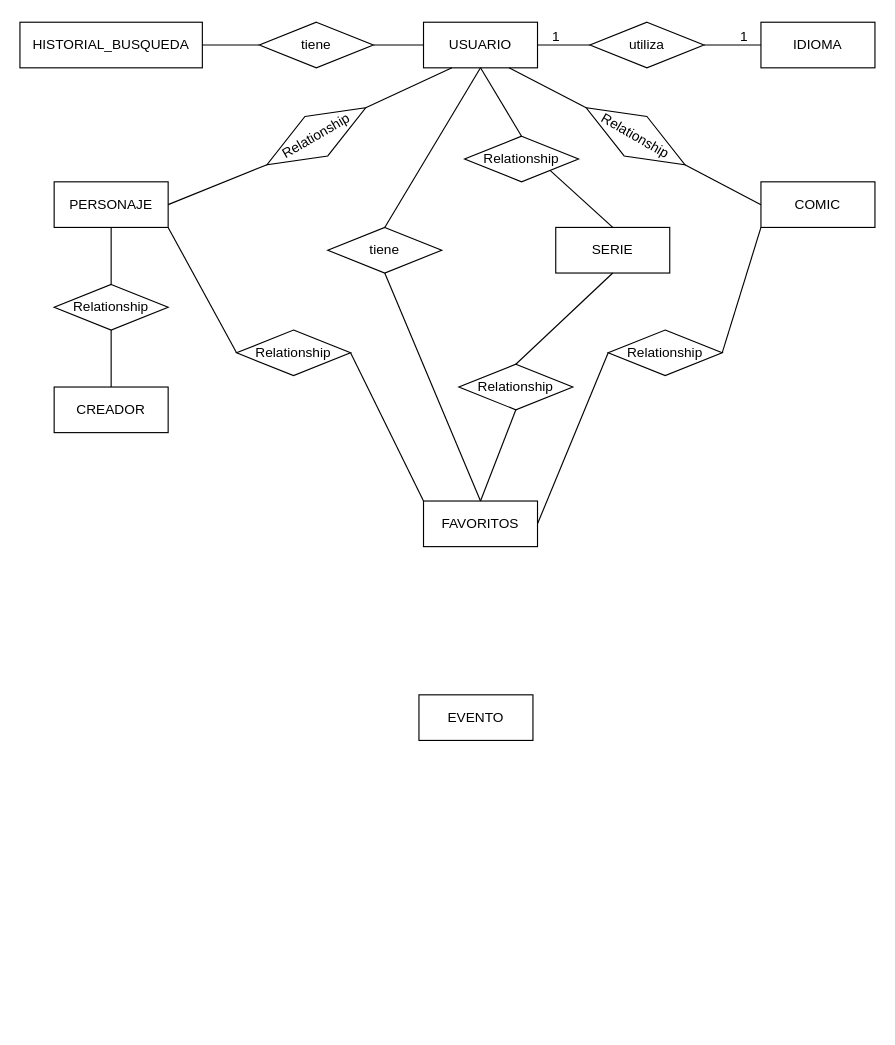
This is DiagramaEntidadRelacion.drawio from MarvelAPIProject/Marvel, a draw.io file, before an edit. Source tidied: cells renumbered, new cells numbered last; positions are measured from the earlier drawing's top-left corner, leaving out a move shared by most shapes. Both pictures are drawn from the tidied source at 114%, with x=0, y=0 at pixel (19, 19).
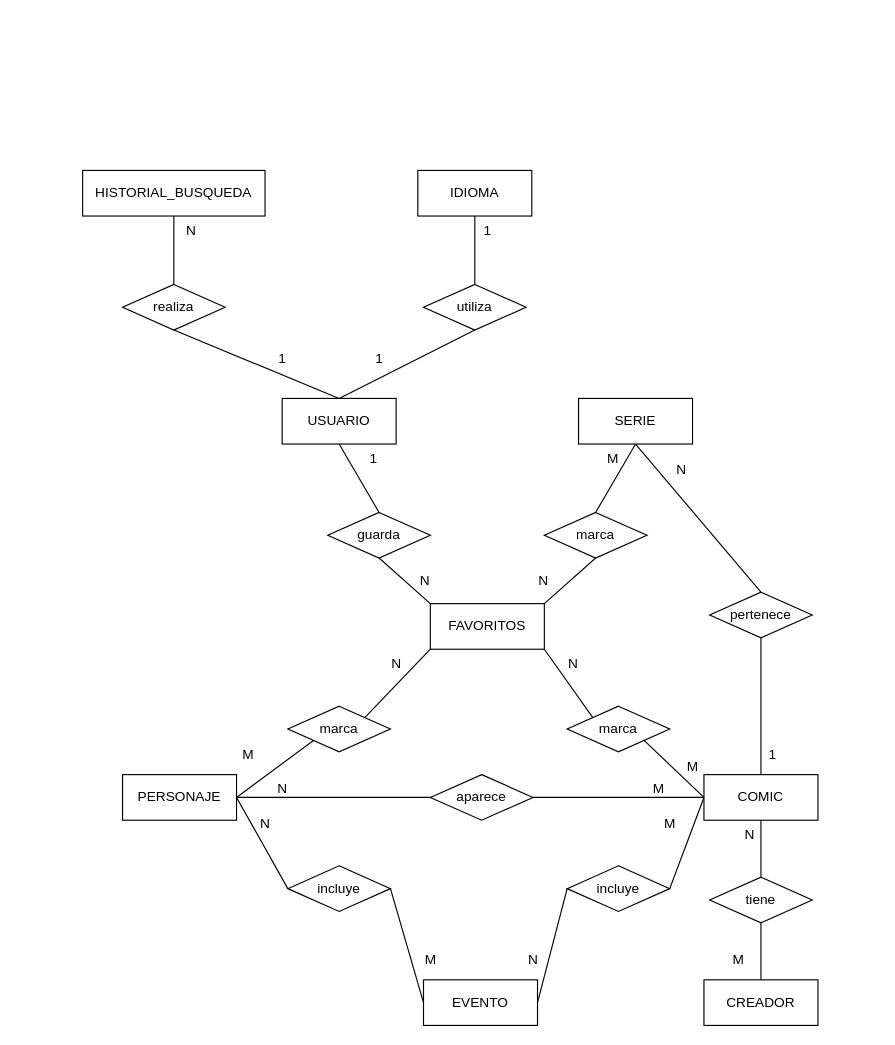
After the change.

What changed in the source:
```diff
@@
     <mxCell id="2" value="EVENTO" style="whiteSpace=wrap;html=1;align=center;" parent="1" vertex="1">
-      <mxGeometry x="350" y="592" width="100" height="40" as="geometry" />
+      <mxGeometry x="354" y="842" width="100" height="40" as="geometry" />
     </mxCell>
     <mxCell id="3" value="COMIC" style="whiteSpace=wrap;html=1;align=center;" parent="1" vertex="1">
-      <mxGeometry x="650" y="142" width="100" height="40" as="geometry" />
+      <mxGeometry x="600" y="662" width="100" height="40" as="geometry" />
     </mxCell>
     <mxCell id="4" value="SERIE" style="whiteSpace=wrap;html=1;align=center;" parent="1" vertex="1">
-      <mxGeometry x="470" y="182" width="100" height="40" as="geometry" />
+      <mxGeometry x="490" y="332" width="100" height="40" as="geometry" />
     </mxCell>
     <mxCell id="5" value="PERSONAJE" style="whiteSpace=wrap;html=1;align=center;" parent="1" vertex="1">
-      <mxGeometry x="30" y="142" width="100" height="40" as="geometry" />
+      <mxGeometry x="90" y="662" width="100" height="40" as="geometry" />
     </mxCell>
     <mxCell id="6" value="USUARIO" style="whiteSpace=wrap;html=1;align=center;" parent="1" vertex="1">
-      <mxGeometry x="354" y="2" width="100" height="40" as="geometry" />
+      <mxGeometry x="230" y="332" width="100" height="40" as="geometry" />
     </mxCell>
     <mxCell id="7" value="IDIOMA" style="whiteSpace=wrap;html=1;align=center;" parent="1" vertex="1">
-      <mxGeometry x="650" y="2" width="100" height="40" as="geometry" />
+      <mxGeometry x="349" y="132" width="100" height="40" as="geometry" />
     </mxCell>
     <mxCell id="8" value="CREADOR" style="whiteSpace=wrap;html=1;align=center;" parent="1" vertex="1">
-      <mxGeometry x="30" y="322" width="100" height="40" as="geometry" />
+      <mxGeometry x="600" y="842" width="100" height="40" as="geometry" />
     </mxCell>
     <mxCell id="9" value="HISTORIAL_BUSQUEDA" style="whiteSpace=wrap;html=1;align=center;" parent="1" vertex="1">
-      <mxGeometry y="2" width="160" height="40" as="geometry" />
+      <mxGeometry x="55" y="132" width="160" height="40" as="geometry" />
     </mxCell>
     <mxCell id="10" value="FAVORITOS" style="whiteSpace=wrap;html=1;align=center;" parent="1" vertex="1">
-      <mxGeometry x="354" y="422" width="100" height="40" as="geometry" />
+      <mxGeometry x="360" y="512" width="100" height="40" as="geometry" />
     </mxCell>
+    <mxCell id="43" value="&lt;span style=&quot;font-weight: normal;&quot;&gt;guarda&lt;/span&gt;" style="shape=rhombus;perimeter=rhombusPerimeter;whiteSpace=wrap;html=1;align=center;fontStyle=1;" parent="1" vertex="1">
+      <mxGeometry x="270" y="432" width="90" height="40" as="geometry" />
+    </mxCell>
+    <mxCell id="44" style="endArrow=none;html=1;rounded=0;exitX=0.5;exitY=1;exitDx=0;exitDy=0;entryX=0;entryY=0;entryDx=0;entryDy=0;" parent="1" edge="1" source="43" target="10">
+      <mxGeometry relative="1" as="geometry" />
+    </mxCell>
+    <mxCell id="45" style="endArrow=none;html=1;rounded=0;exitX=0.5;exitY=1;exitDx=0;exitDy=0;entryX=0.5;entryY=0;entryDx=0;entryDy=0;" parent="1" edge="1" source="6" target="43">
+      <mxGeometry relative="1" as="geometry" />
+    </mxCell>
+    <mxCell id="46" value="marca" style="shape=rhombus;perimeter=rhombusPerimeter;whiteSpace=wrap;html=1;align=center;" parent="1" vertex="1">
+      <mxGeometry x="460" y="432" width="90" height="40" as="geometry" />
+    </mxCell>
+    <mxCell id="47" value="marca" style="shape=rhombus;perimeter=rhombusPerimeter;whiteSpace=wrap;html=1;align=center;" parent="1" vertex="1">
+      <mxGeometry x="235" y="602" width="90" height="40" as="geometry" />
+    </mxCell>
+    <mxCell id="48" value="marca" style="shape=rhombus;perimeter=rhombusPerimeter;whiteSpace=wrap;html=1;align=center;" parent="1" vertex="1">
+      <mxGeometry x="480" y="602" width="90" height="40" as="geometry" />
+    </mxCell>
+    <mxCell id="49" style="endArrow=none;html=1;rounded=0;exitX=0;exitY=1;exitDx=0;exitDy=0;entryX=1;entryY=0;entryDx=0;entryDy=0;" parent="1" edge="1" source="10" target="47">
+      <mxGeometry relative="1" as="geometry" />
+    </mxCell>
+    <mxCell id="50" style="endArrow=none;html=1;rounded=0;exitX=1;exitY=0.5;exitDx=0;exitDy=0;entryX=0;entryY=1;entryDx=0;entryDy=0;" parent="1" edge="1" source="5" target="47">
+      <mxGeometry relative="1" as="geometry" />
+    </mxCell>
+    <mxCell id="51" style="endArrow=none;html=1;rounded=0;exitX=1;exitY=1;exitDx=0;exitDy=0;entryX=0;entryY=0;entryDx=0;entryDy=0;" parent="1" edge="1" source="10" target="48">
+      <mxGeometry relative="1" as="geometry" />
+    </mxCell>
+    <mxCell id="52" style="endArrow=none;html=1;rounded=0;entryX=1;entryY=1;entryDx=0;entryDy=0;exitX=0;exitY=0.5;exitDx=0;exitDy=0;" parent="1" edge="1" source="3" target="48">
+      <mxGeometry relative="1" as="geometry" />
+    </mxCell>
+    <mxCell id="53" style="endArrow=none;html=1;rounded=0;exitX=0.5;exitY=1;exitDx=0;exitDy=0;entryX=1;entryY=0;entryDx=0;entryDy=0;" parent="1" edge="1" source="46" target="10">
+      <mxGeometry relative="1" as="geometry" />
+    </mxCell>
+    <mxCell id="54" style="endArrow=none;html=1;rounded=0;entryX=0.5;entryY=0;entryDx=0;entryDy=0;exitX=0.5;exitY=1;exitDx=0;exitDy=0;" parent="1" edge="1" source="4" target="46">
+      <mxGeometry relative="1" as="geometry" />
+    </mxCell>
+    <mxCell id="55" value="incluye" style="shape=rhombus;perimeter=rhombusPerimeter;whiteSpace=wrap;html=1;align=center;" parent="1" vertex="1">
+      <mxGeometry x="235" y="742" width="90" height="40" as="geometry" />
+    </mxCell>
+    <mxCell id="56" value="incluye" style="shape=rhombus;perimeter=rhombusPerimeter;whiteSpace=wrap;html=1;align=center;" parent="1" vertex="1">
+      <mxGeometry x="480" y="742" width="90" height="40" as="geometry" />
+    </mxCell>
+    <mxCell id="57" style="endArrow=none;html=1;rounded=0;entryX=1;entryY=0.5;entryDx=0;entryDy=0;exitX=0;exitY=0.5;exitDx=0;exitDy=0;" parent="1" edge="1" source="3" target="56">
+      <mxGeometry relative="1" as="geometry" />
+    </mxCell>
+    <mxCell id="58" style="endArrow=none;html=1;rounded=0;entryX=1;entryY=0.5;entryDx=0;entryDy=0;exitX=0;exitY=0.5;exitDx=0;exitDy=0;" parent="1" edge="1" source="56" target="2">
+      <mxGeometry relative="1" as="geometry" />
+    </mxCell>
+    <mxCell id="59" style="endArrow=none;html=1;rounded=0;entryX=0;entryY=0.5;entryDx=0;entryDy=0;exitX=1;exitY=0.5;exitDx=0;exitDy=0;" parent="1" edge="1" source="55" target="2">
+      <mxGeometry relative="1" as="geometry" />
+    </mxCell>
+    <mxCell id="60" style="endArrow=none;html=1;rounded=0;entryX=0;entryY=0.5;entryDx=0;entryDy=0;exitX=1;exitY=0.5;exitDx=0;exitDy=0;" parent="1" edge="1" source="5" target="55">
+      <mxGeometry relative="1" as="geometry" />
+    </mxCell>
+    <mxCell id="61" value="&lt;span style=&quot;font-weight: normal;&quot;&gt;realiza&lt;/span&gt;" style="shape=rhombus;perimeter=rhombusPerimeter;whiteSpace=wrap;html=1;align=center;fontStyle=1;" parent="1" vertex="1">
+      <mxGeometry x="90" y="232" width="90" height="40" as="geometry" />
+    </mxCell>
+    <mxCell id="12" value="&lt;span style=&quot;font-weight: normal;&quot;&gt;utiliza&lt;/span&gt;" style="shape=rhombus;perimeter=rhombusPerimeter;whiteSpace=wrap;html=1;align=center;fontStyle=1;" parent="1" vertex="1">
+      <mxGeometry x="354" y="232" width="90" height="40" as="geometry" />
+    </mxCell>
+    <mxCell id="62" style="endArrow=none;html=1;rounded=0;exitX=0.5;exitY=1;exitDx=0;exitDy=0;entryX=0.5;entryY=0;entryDx=0;entryDy=0;" parent="1" edge="1" source="12" target="6">
+      <mxGeometry relative="1" as="geometry" />
+    </mxCell>
+    <mxCell id="63" style="endArrow=none;html=1;rounded=0;exitX=0.5;exitY=1;exitDx=0;exitDy=0;entryX=0.5;entryY=0;entryDx=0;entryDy=0;" parent="1" edge="1" source="61" target="6">
+      <mxGeometry relative="1" as="geometry" />
+    </mxCell>
+    <mxCell id="64" style="endArrow=none;html=1;rounded=0;exitX=0.5;exitY=1;exitDx=0;exitDy=0;entryX=0.5;entryY=0;entryDx=0;entryDy=0;" parent="1" edge="1" source="9" target="61">
+      <mxGeometry relative="1" as="geometry" />
+    </mxCell>
+    <mxCell id="65" style="endArrow=none;html=1;rounded=0;exitX=0.5;exitY=1;exitDx=0;exitDy=0;entryX=0.5;entryY=0;entryDx=0;entryDy=0;" parent="1" edge="1" source="7" target="12">
+      <mxGeometry relative="1" as="geometry" />
+    </mxCell>
+    <mxCell id="66" value="pertenece" style="shape=rhombus;perimeter=rhombusPerimeter;whiteSpace=wrap;html=1;align=center;" parent="1" vertex="1">
+      <mxGeometry x="605" y="502" width="90" height="40" as="geometry" />
+    </mxCell>
+    <mxCell id="67" style="endArrow=none;html=1;rounded=0;entryX=0.5;entryY=0;entryDx=0;entryDy=0;exitX=0.5;exitY=1;exitDx=0;exitDy=0;" parent="1" edge="1" source="4" target="66">
+      <mxGeometry relative="1" as="geometry" />
+    </mxCell>
+    <mxCell id="68" style="endArrow=none;html=1;rounded=0;entryX=0.5;entryY=1;entryDx=0;entryDy=0;exitX=0.5;exitY=0;exitDx=0;exitDy=0;" parent="1" edge="1" source="3" target="66">
+      <mxGeometry relative="1" as="geometry" />
+    </mxCell>
+    <mxCell id="69" value="aparece" style="shape=rhombus;perimeter=rhombusPerimeter;whiteSpace=wrap;html=1;align=center;" parent="1" vertex="1">
+      <mxGeometry x="360" y="662" width="90" height="40" as="geometry" />
+    </mxCell>
+    <mxCell id="70" style="endArrow=none;html=1;rounded=0;exitX=1;exitY=0.5;exitDx=0;exitDy=0;entryX=0;entryY=0.5;entryDx=0;entryDy=0;" parent="1" edge="1" source="5" target="69">
+      <mxGeometry relative="1" as="geometry" />
+    </mxCell>
+    <mxCell id="71" style="endArrow=none;html=1;rounded=0;exitX=0;exitY=0.5;exitDx=0;exitDy=0;entryX=1;entryY=0.5;entryDx=0;entryDy=0;" parent="1" edge="1" source="3" target="69">
+      <mxGeometry relative="1" as="geometry" />
+    </mxCell>
     <mxCell id="11" value="tiene" style="shape=rhombus;perimeter=rhombusPerimeter;whiteSpace=wrap;html=1;align=center;" parent="1" vertex="1">
-      <mxGeometry x="210" y="2" width="100" height="40" as="geometry" />
+      <mxGeometry x="605" y="752" width="90" height="40" as="geometry" />
     </mxCell>
-    <mxCell id="12" value="utiliza" style="shape=rhombus;perimeter=rhombusPerimeter;whiteSpace=wrap;html=1;align=center;" parent="1" vertex="1">
-      <mxGeometry x="500" y="2" width="100" height="40" as="geometry" />
-    </mxCell>
-    <mxCell id="13" value="Relationship" style="shape=rhombus;perimeter=rhombusPerimeter;whiteSpace=wrap;html=1;align=center;rotation=-30;" parent="1" vertex="1">
-      <mxGeometry x="210" y="82" width="100" height="40" as="geometry" />
-    </mxCell>
-    <mxCell id="14" value="Relationship" style="shape=rhombus;perimeter=rhombusPerimeter;whiteSpace=wrap;html=1;align=center;rotation=30;" parent="1" vertex="1">
-      <mxGeometry x="490" y="82" width="100" height="40" as="geometry" />
-    </mxCell>
-    <mxCell id="15" value="Relationship" style="shape=rhombus;perimeter=rhombusPerimeter;whiteSpace=wrap;html=1;align=center;" parent="1" vertex="1">
-      <mxGeometry x="390" y="102" width="100" height="40" as="geometry" />
-    </mxCell>
-    <mxCell id="16" style="endArrow=none;html=1;rounded=0;exitX=1;exitY=0.5;exitDx=0;exitDy=0;entryX=0;entryY=0.5;entryDx=0;entryDy=0;" parent="1" edge="1" source="9" target="11">
-      <mxGeometry relative="1" as="geometry" />
-    </mxCell>
-    <mxCell id="17" style="endArrow=none;html=1;rounded=0;entryX=0;entryY=0.5;entryDx=0;entryDy=0;exitX=1;exitY=0.5;exitDx=0;exitDy=0;" parent="1" edge="1" source="11" target="6">
-      <mxGeometry relative="1" as="geometry" />
-    </mxCell>
-    <mxCell id="18" style="endArrow=none;html=1;rounded=0;exitX=1;exitY=0.5;exitDx=0;exitDy=0;entryX=0;entryY=0.5;entryDx=0;entryDy=0;" parent="1" edge="1" source="6" target="12">
-      <mxGeometry relative="1" as="geometry" />
-    </mxCell>
-    <mxCell id="19" style="endArrow=none;html=1;rounded=0;exitX=1;exitY=0.5;exitDx=0;exitDy=0;entryX=0;entryY=0.5;entryDx=0;entryDy=0;" parent="1" edge="1" source="12" target="7">
-      <mxGeometry relative="1" as="geometry" />
-    </mxCell>
-    <mxCell id="20" style="endArrow=none;html=1;rounded=0;exitX=1;exitY=0.5;exitDx=0;exitDy=0;entryX=0;entryY=0.5;entryDx=0;entryDy=0;" parent="1" edge="1" source="14" target="3">
-      <mxGeometry relative="1" as="geometry" />
-    </mxCell>
-    <mxCell id="21" style="endArrow=none;html=1;rounded=0;exitX=0.75;exitY=1;exitDx=0;exitDy=0;entryX=0;entryY=0.5;entryDx=0;entryDy=0;" parent="1" edge="1" source="6" target="14">
-      <mxGeometry relative="1" as="geometry" />
-    </mxCell>
-    <mxCell id="22" style="endArrow=none;html=1;rounded=0;exitX=0.25;exitY=1;exitDx=0;exitDy=0;entryX=1;entryY=0.5;entryDx=0;entryDy=0;" parent="1" edge="1" source="6" target="13">
-      <mxGeometry relative="1" as="geometry" />
-    </mxCell>
-    <mxCell id="23" style="endArrow=none;html=1;rounded=0;exitX=0;exitY=0.5;exitDx=0;exitDy=0;entryX=1;entryY=0.5;entryDx=0;entryDy=0;" parent="1" edge="1" source="13" target="5">
-      <mxGeometry relative="1" as="geometry" />
-    </mxCell>
-    <mxCell id="24" style="endArrow=none;html=1;rounded=0;exitX=0.5;exitY=1;exitDx=0;exitDy=0;entryX=0.5;entryY=0;entryDx=0;entryDy=0;" parent="1" edge="1" source="6" target="15">
-      <mxGeometry relative="1" as="geometry" />
-    </mxCell>
-    <mxCell id="25" style="endArrow=none;html=1;rounded=0;exitX=0.5;exitY=0;exitDx=0;exitDy=0;entryX=1;entryY=1;entryDx=0;entryDy=0;" parent="1" edge="1" source="4" target="15">
-      <mxGeometry relative="1" as="geometry" />
-    </mxCell>
-    <mxCell id="26" value="Relationship" style="shape=rhombus;perimeter=rhombusPerimeter;whiteSpace=wrap;html=1;align=center;" parent="1" vertex="1">
-      <mxGeometry x="30" y="232" width="100" height="40" as="geometry" />
-    </mxCell>
-    <mxCell id="27" style="endArrow=none;html=1;rounded=0;exitX=0.5;exitY=0;exitDx=0;exitDy=0;entryX=0.5;entryY=1;entryDx=0;entryDy=0;" parent="1" edge="1" source="26" target="5">
-      <mxGeometry relative="1" as="geometry" />
-    </mxCell>
-    <mxCell id="28" style="endArrow=none;html=1;rounded=0;exitX=0.5;exitY=1;exitDx=0;exitDy=0;entryX=0.5;entryY=0;entryDx=0;entryDy=0;" parent="1" edge="1" source="26" target="8">
-      <mxGeometry relative="1" as="geometry" />
-    </mxCell>
-    <mxCell id="29" style="endArrow=none;html=1;rounded=0;entryX=0;entryY=0.5;entryDx=0;entryDy=0;exitX=1;exitY=1;exitDx=0;exitDy=0;" parent="1" edge="1" source="5" target="30">
-      <mxGeometry relative="1" as="geometry" />
-    </mxCell>
-    <mxCell id="30" value="Relationship" style="shape=rhombus;perimeter=rhombusPerimeter;whiteSpace=wrap;html=1;align=center;rotation=0;" parent="1" vertex="1">
-      <mxGeometry x="190" y="272" width="100" height="40" as="geometry" />
-    </mxCell>
-    <mxCell id="31" style="endArrow=none;html=1;rounded=0;entryX=1;entryY=0.5;entryDx=0;entryDy=0;exitX=0;exitY=0;exitDx=0;exitDy=0;" parent="1" edge="1" source="10" target="30">
-      <mxGeometry relative="1" as="geometry" />
-    </mxCell>
-    <mxCell id="32" value="Relationship" style="shape=rhombus;perimeter=rhombusPerimeter;whiteSpace=wrap;html=1;align=center;rotation=0;" parent="1" vertex="1">
-      <mxGeometry x="385" y="302" width="100" height="40" as="geometry" />
-    </mxCell>
-    <mxCell id="33" style="endArrow=none;html=1;rounded=0;exitX=0.5;exitY=0;exitDx=0;exitDy=0;entryX=0.5;entryY=1;entryDx=0;entryDy=0;" parent="1" edge="1" source="32" target="4">
-      <mxGeometry relative="1" as="geometry" />
-    </mxCell>
-    <mxCell id="34" style="endArrow=none;html=1;rounded=0;exitX=0.5;exitY=1;exitDx=0;exitDy=0;entryX=0.5;entryY=0;entryDx=0;entryDy=0;" parent="1" edge="1" source="32" target="10">
-      <mxGeometry relative="1" as="geometry" />
-    </mxCell>
-    <mxCell id="35" style="endArrow=none;html=1;rounded=0;entryX=0;entryY=0.5;entryDx=0;entryDy=0;exitX=1;exitY=0.5;exitDx=0;exitDy=0;" parent="1" edge="1" source="10" target="36">
-      <mxGeometry relative="1" as="geometry" />
-    </mxCell>
-    <mxCell id="36" value="Relationship" style="shape=rhombus;perimeter=rhombusPerimeter;whiteSpace=wrap;html=1;align=center;rotation=0;" parent="1" vertex="1">
-      <mxGeometry x="516" y="272" width="100" height="40" as="geometry" />
-    </mxCell>
-    <mxCell id="37" style="endArrow=none;html=1;rounded=0;entryX=1;entryY=0.5;entryDx=0;entryDy=0;exitX=0;exitY=1;exitDx=0;exitDy=0;" parent="1" edge="1" source="3" target="36">
-      <mxGeometry relative="1" as="geometry" />
-    </mxCell>
-    <mxCell id="38" value="1" style="text;html=1;align=center;verticalAlign=middle;strokeColor=none;fillColor=none;" parent="1" vertex="1">
-      <mxGeometry x="455" width="30" height="30" as="geometry" />
-    </mxCell>
-    <mxCell id="39" value="1" style="text;html=1;align=center;verticalAlign=middle;strokeColor=none;fillColor=none;" parent="1" vertex="1">
-      <mxGeometry x="620" width="30" height="30" as="geometry" />
-    </mxCell>
-    <mxCell id="40" value="tiene" style="shape=rhombus;perimeter=rhombusPerimeter;whiteSpace=wrap;html=1;align=center;rotation=0;" parent="1" vertex="1">
-      <mxGeometry x="270" y="182" width="100" height="40" as="geometry" />
-    </mxCell>
-    <mxCell id="41" style="endArrow=none;html=1;rounded=0;exitX=0.5;exitY=1;exitDx=0;exitDy=0;entryX=0.5;entryY=0;entryDx=0;entryDy=0;" parent="1" edge="1" source="6" target="40">
-      <mxGeometry relative="1" as="geometry" />
-    </mxCell>
-    <mxCell id="42" style="endArrow=none;html=1;rounded=0;exitX=0.5;exitY=0;exitDx=0;exitDy=0;entryX=0.5;entryY=1;entryDx=0;entryDy=0;" parent="1" edge="1" source="10" target="40">
-      <mxGeometry relative="1" as="geometry" />
-    </mxCell>
+    <mxCell id="72" style="endArrow=none;html=1;rounded=0;entryX=0.5;entryY=1;entryDx=0;entryDy=0;exitX=0.5;exitY=0;exitDx=0;exitDy=0;" parent="1" edge="1" source="11" target="3">
+      <mxGeometry relative="1" as="geometry" />
+    </mxCell>
+    <mxCell id="73" style="endArrow=none;html=1;rounded=0;entryX=0.5;entryY=0;entryDx=0;entryDy=0;exitX=0.5;exitY=1;exitDx=0;exitDy=0;" parent="1" edge="1" source="11" target="8">
+      <mxGeometry relative="1" as="geometry" />
+    </mxCell>
+    <mxCell id="74" value="1" style="text;html=1;align=center;verticalAlign=middle;strokeColor=none;fillColor=none;" parent="1" vertex="1">
+      <mxGeometry x="300" y="282" width="30" height="30" as="geometry" />
+    </mxCell>
+    <mxCell id="75" value="1" style="text;html=1;align=center;verticalAlign=middle;strokeColor=none;fillColor=none;" parent="1" vertex="1">
+      <mxGeometry x="395" y="170" width="30" height="30" as="geometry" />
+    </mxCell>
+    <mxCell id="76" value="1" style="text;html=1;align=center;verticalAlign=middle;strokeColor=none;fillColor=none;" parent="1" vertex="1">
+      <mxGeometry x="215" y="282" width="30" height="30" as="geometry" />
+    </mxCell>
+    <mxCell id="77" value="N" style="text;html=1;align=center;verticalAlign=middle;strokeColor=none;fillColor=none;" parent="1" vertex="1">
+      <mxGeometry x="135" y="170" width="30" height="30" as="geometry" />
+    </mxCell>
+    <mxCell id="78" value="1" style="text;html=1;align=center;verticalAlign=middle;strokeColor=none;fillColor=none;" parent="1" vertex="1">
+      <mxGeometry x="295" y="370" width="30" height="30" as="geometry" />
+    </mxCell>
+    <mxCell id="79" value="N" style="text;html=1;align=center;verticalAlign=middle;strokeColor=none;fillColor=none;" parent="1" vertex="1">
+      <mxGeometry x="340" y="476.5" width="30" height="30" as="geometry" />
+    </mxCell>
+    <mxCell id="80" value="N" style="text;html=1;align=center;verticalAlign=middle;strokeColor=none;fillColor=none;" parent="1" vertex="1">
+      <mxGeometry x="315" y="550" width="30" height="30" as="geometry" />
+    </mxCell>
+    <mxCell id="81" value="N" style="text;html=1;align=center;verticalAlign=middle;strokeColor=none;fillColor=none;" parent="1" vertex="1">
+      <mxGeometry x="470" y="550" width="30" height="30" as="geometry" />
+    </mxCell>
+    <mxCell id="82" value="N" style="text;html=1;align=center;verticalAlign=middle;strokeColor=none;fillColor=none;" parent="1" vertex="1">
+      <mxGeometry x="444" y="477" width="30" height="30" as="geometry" />
+    </mxCell>
+    <mxCell id="83" value="M" style="text;html=1;align=center;verticalAlign=middle;strokeColor=none;fillColor=none;" parent="1" vertex="1">
+      <mxGeometry x="505" y="370" width="30" height="30" as="geometry" />
+    </mxCell>
+    <mxCell id="84" value="M" style="text;html=1;align=center;verticalAlign=middle;strokeColor=none;fillColor=none;" parent="1" vertex="1">
+      <mxGeometry x="575" y="640" width="30" height="30" as="geometry" />
+    </mxCell>
+    <mxCell id="85" value="M" style="text;html=1;align=center;verticalAlign=middle;strokeColor=none;fillColor=none;" parent="1" vertex="1">
+      <mxGeometry x="185" y="630" width="30" height="30" as="geometry" />
+    </mxCell>
+    <mxCell id="86" value="N" style="text;html=1;align=center;verticalAlign=middle;strokeColor=none;fillColor=none;" parent="1" vertex="1">
+      <mxGeometry x="215" y="660" width="30" height="30" as="geometry" />
+    </mxCell>
+    <mxCell id="87" value="M" style="text;html=1;align=center;verticalAlign=middle;strokeColor=none;fillColor=none;" parent="1" vertex="1">
+      <mxGeometry x="545" y="660" width="30" height="30" as="geometry" />
+    </mxCell>
+    <mxCell id="88" value="N" style="text;html=1;align=center;verticalAlign=middle;strokeColor=none;fillColor=none;" parent="1" vertex="1">
+      <mxGeometry x="200" y="690" width="30" height="30" as="geometry" />
+    </mxCell>
+    <mxCell id="89" value="M" style="text;html=1;align=center;verticalAlign=middle;strokeColor=none;fillColor=none;" parent="1" vertex="1">
+      <mxGeometry x="345" y="810" width="30" height="30" as="geometry" />
+    </mxCell>
+    <mxCell id="90" value="N" style="text;html=1;align=center;verticalAlign=middle;strokeColor=none;fillColor=none;" parent="1" vertex="1">
+      <mxGeometry x="435" y="810" width="30" height="30" as="geometry" />
+    </mxCell>
+    <mxCell id="91" value="M" style="text;html=1;align=center;verticalAlign=middle;strokeColor=none;fillColor=none;" parent="1" vertex="1">
+      <mxGeometry x="555" y="690" width="30" height="30" as="geometry" />
+    </mxCell>
+    <mxCell id="92" value="N" style="text;html=1;align=center;verticalAlign=middle;strokeColor=none;fillColor=none;" parent="1" vertex="1">
+      <mxGeometry x="625" y="700" width="30" height="30" as="geometry" />
+    </mxCell>
+    <mxCell id="93" value="M" style="text;html=1;align=center;verticalAlign=middle;strokeColor=none;fillColor=none;" parent="1" vertex="1">
+      <mxGeometry x="615" y="810" width="30" height="30" as="geometry" />
+    </mxCell>
+    <mxCell id="94" value="1" style="text;html=1;align=center;verticalAlign=middle;strokeColor=none;fillColor=none;" parent="1" vertex="1">
+      <mxGeometry x="645" y="630" width="30" height="30" as="geometry" />
+    </mxCell>
+    <mxCell id="95" value="N" style="text;html=1;align=center;verticalAlign=middle;strokeColor=none;fillColor=none;" parent="1" vertex="1">
+      <mxGeometry x="565" y="380" width="30" height="30" as="geometry" />
+    </mxCell>
```
